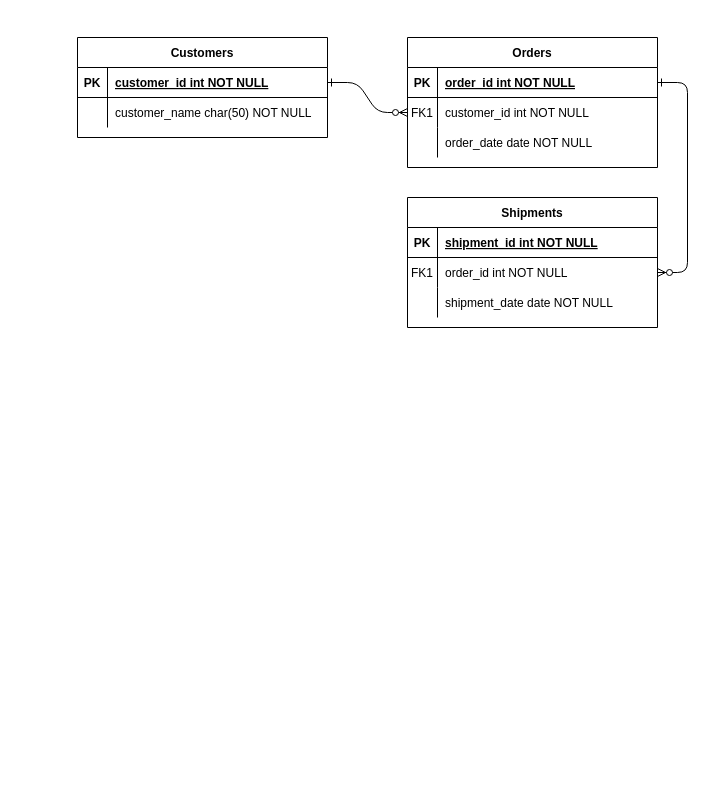
The draw.io diagram Untitled Diagram.drawio in OGester/duels-mvp, before the edit. Source tidied: cells renumbered, new cells numbered last; positions are measured from the earlier drawing's top-left corner, leaving out a move shared by most shapes. Both pictures are drawn from the tidied source at 100%, with x=0, y=0 at pixel (77, 37).
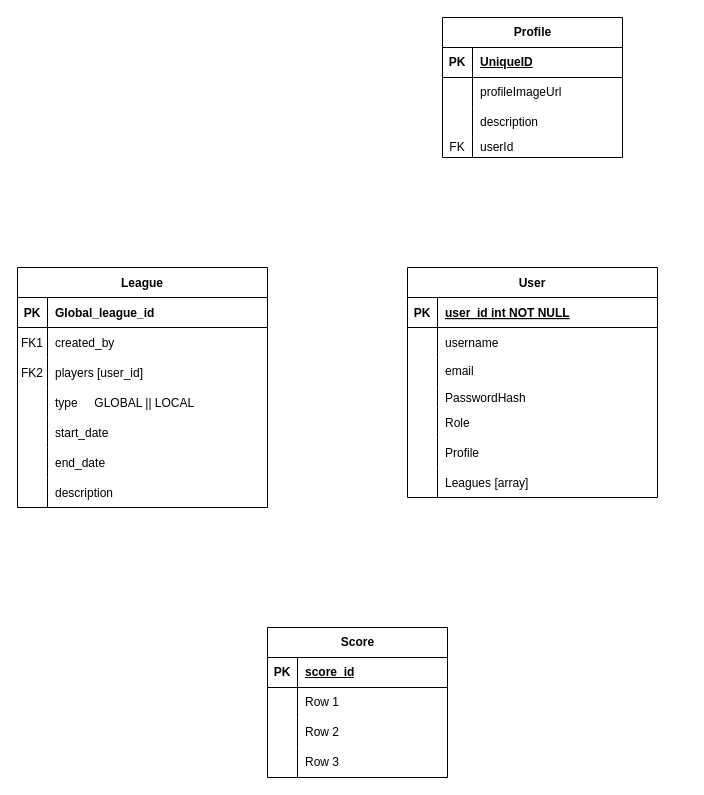
After the change.

The change refers to these unchanged cells:
```xml
<mxCell id="5" style="shape=partialRectangle;fillColor=none;points=[[0,0.5],[1,0.5]];portConstraint=eastwest;top=0;left=0;right=0;bottom=1;" parent="4" vertex="1">
  <mxGeometry y="30" width="250" height="30" as="geometry" />
</mxCell>
<mxCell id="8" style="shape=partialRectangle;fillColor=none;points=[[0,0.5],[1,0.5]];portConstraint=eastwest;top=0;left=0;right=0;bottom=0;" parent="4" vertex="1">
  <mxGeometry y="60" width="250" height="30" as="geometry" />
</mxCell>
<mxCell id="11" style="shape=partialRectangle;fillColor=none;top=0;left=0;right=0;bottom=0;" parent="4" vertex="1">
  <mxGeometry y="90" width="250" height="30" as="geometry" />
</mxCell>
<mxCell id="25" style="shape=partialRectangle;fillColor=none;points=[[0,0.5],[1,0.5]];portConstraint=eastwest;top=0;left=0;right=0;bottom=1;" parent="24" vertex="1">
  <mxGeometry y="30" width="250" height="30" as="geometry" />
</mxCell>
<mxCell id="28" style="shape=partialRectangle;fillColor=none;top=0;left=0;right=0;bottom=0;" parent="24" vertex="1">
  <mxGeometry y="60" width="250" height="30" as="geometry" />
</mxCell>
```

Change to the diagram source:
```diff
@@
-    <mxCell id="2" style="edgeStyle=entityRelationEdgeStyle;endArrow=ERzeroToMany;startArrow=ERone;endFill=1;startFill=0;" parent="1" edge="1" source="25" target="8">
-      <mxGeometry relative="1" as="geometry" />
-    </mxCell>
-    <mxCell id="3" style="edgeStyle=entityRelationEdgeStyle;endArrow=ERzeroToMany;startArrow=ERone;endFill=1;startFill=0;" parent="1" edge="1" source="5" target="18">
-      <mxGeometry relative="1" as="geometry" />
-    </mxCell>
-    <mxCell id="4" value="Orders" style="shape=table;startSize=30;childLayout=tableLayout;rowLines=0;fontStyle=1;align=center;" parent="1" vertex="1">
-      <mxGeometry x="330" width="250" height="130" as="geometry" />
+    <mxCell id="4" value="League" style="shape=table;startSize=30;childLayout=tableLayout;rowLines=0;fontStyle=1;align=center;" parent="1" vertex="1">
+      <mxGeometry x="-60" y="230" width="250" height="240" as="geometry" />
     </mxCell>
@@
-    <mxCell id="7" value="order_id int NOT NULL " style="shape=partialRectangle;overflow=hidden;fillColor=none;top=0;left=0;bottom=0;right=0;align=left;spacingLeft=6;fontStyle=5;" parent="5" vertex="1">
+    <mxCell id="7" value="Global_league_id" style="shape=partialRectangle;overflow=hidden;fillColor=none;top=0;left=0;bottom=0;right=0;align=left;spacingLeft=6;fontStyle=1;" parent="5" vertex="1">
       <mxGeometry x="30" width="220" height="30" as="geometry" />
     </mxCell>
@@
-    <mxCell id="10" value="customer_id int NOT NULL" style="shape=partialRectangle;overflow=hidden;fillColor=none;top=0;left=0;bottom=0;right=0;align=left;spacingLeft=6;" parent="8" vertex="1">
+    <mxCell id="10" value="created_by" style="shape=partialRectangle;overflow=hidden;fillColor=none;top=0;left=0;bottom=0;right=0;align=left;spacingLeft=6;" parent="8" vertex="1">
       <mxGeometry x="30" width="220" height="30" as="geometry" />
     </mxCell>
@@
-    <mxCell id="12" style="shape=partialRectangle;overflow=hidden;fillColor=none;top=0;left=0;bottom=0;right=0;" parent="11" vertex="1">
+    <mxCell id="12" value="FK2" style="shape=partialRectangle;overflow=hidden;fillColor=none;top=0;left=0;bottom=0;right=0;" parent="11" vertex="1">
       <mxGeometry width="30" height="30" as="geometry" />
     </mxCell>
-    <mxCell id="13" value="order_date date NOT NULL" style="shape=partialRectangle;overflow=hidden;fillColor=none;top=0;left=0;bottom=0;right=0;align=left;spacingLeft=6;" parent="11" vertex="1">
+    <mxCell id="13" value="players [user_id]" style="shape=partialRectangle;overflow=hidden;fillColor=none;top=0;left=0;bottom=0;right=0;align=left;spacingLeft=6;" parent="11" vertex="1">
       <mxGeometry x="30" width="220" height="30" as="geometry" />
     </mxCell>
-    <mxCell id="14" value="Shipments" style="shape=table;startSize=30;childLayout=tableLayout;rowLines=0;fontStyle=1;align=center;" parent="1" vertex="1">
-      <mxGeometry x="330" y="160" width="250" height="130" as="geometry" />
-    </mxCell>
-    <mxCell id="15" style="shape=partialRectangle;fillColor=none;top=0;left=0;right=0;bottom=1;" parent="14" vertex="1">
-      <mxGeometry y="30" width="250" height="30" as="geometry" />
-    </mxCell>
-    <mxCell id="16" value="PK" style="shape=partialRectangle;overflow=hidden;fillColor=none;top=0;left=0;bottom=0;right=0;fontStyle=1;" parent="15" vertex="1">
-      <mxGeometry width="30" height="30" as="geometry" />
-    </mxCell>
-    <mxCell id="17" value="shipment_id int NOT NULL " style="shape=partialRectangle;overflow=hidden;fillColor=none;top=0;left=0;bottom=0;right=0;align=left;spacingLeft=6;fontStyle=5;" parent="15" vertex="1">
-      <mxGeometry x="30" width="220" height="30" as="geometry" />
-    </mxCell>
-    <mxCell id="18" style="shape=partialRectangle;fillColor=none;points=[[0,0.5],[1,0.5]];portConstraint=eastwest;top=0;left=0;right=0;bottom=0;" parent="14" vertex="1">
-      <mxGeometry y="60" width="250" height="30" as="geometry" />
-    </mxCell>
-    <mxCell id="19" value="FK1" style="shape=partialRectangle;overflow=hidden;fillColor=none;top=0;left=0;bottom=0;right=0;" parent="18" vertex="1">
-      <mxGeometry width="30" height="30" as="geometry" />
-    </mxCell>
-    <mxCell id="20" value="order_id int NOT NULL" style="shape=partialRectangle;overflow=hidden;fillColor=none;top=0;left=0;bottom=0;right=0;align=left;spacingLeft=6;" parent="18" vertex="1">
-      <mxGeometry x="30" width="220" height="30" as="geometry" />
-    </mxCell>
-    <mxCell id="21" style="shape=partialRectangle;fillColor=none;top=0;left=0;right=0;bottom=0;" parent="14" vertex="1">
-      <mxGeometry y="90" width="250" height="30" as="geometry" />
-    </mxCell>
-    <mxCell id="22" style="shape=partialRectangle;overflow=hidden;fillColor=none;top=0;left=0;bottom=0;right=0;" parent="21" vertex="1">
-      <mxGeometry width="30" height="30" as="geometry" />
-    </mxCell>
-    <mxCell id="23" value="shipment_date date NOT NULL" style="shape=partialRectangle;overflow=hidden;fillColor=none;top=0;left=0;bottom=0;right=0;align=left;spacingLeft=6;" parent="21" vertex="1">
-      <mxGeometry x="30" width="220" height="30" as="geometry" />
-    </mxCell>
+    <mxCell id="31" style="shape=tableRow;horizontal=0;startSize=0;swimlaneHead=0;swimlaneBody=0;fillColor=none;top=0;left=0;right=0;bottom=0;" parent="4" vertex="1">
+      <mxGeometry y="120" width="250" height="30" as="geometry" />
+    </mxCell>
+    <mxCell id="32" style="shape=partialRectangle;fillColor=none;top=0;left=0;bottom=0;right=0;overflow=hidden;" parent="31" vertex="1">
+      <mxGeometry width="30" height="30" as="geometry" />
+    </mxCell>
+    <mxCell id="33" value="type     GLOBAL || LOCAL" style="shape=partialRectangle;fillColor=none;top=0;left=0;bottom=0;right=0;align=left;spacingLeft=6;overflow=hidden;" parent="31" vertex="1">
+      <mxGeometry x="30" width="220" height="30" as="geometry" />
+    </mxCell>
+    <mxCell id="34" style="shape=tableRow;horizontal=0;startSize=0;swimlaneHead=0;swimlaneBody=0;fillColor=none;top=0;left=0;right=0;bottom=0;" parent="4" vertex="1">
+      <mxGeometry y="150" width="250" height="30" as="geometry" />
+    </mxCell>
+    <mxCell id="35" style="shape=partialRectangle;fillColor=none;top=0;left=0;bottom=0;right=0;overflow=hidden;" parent="34" vertex="1">
+      <mxGeometry width="30" height="30" as="geometry" />
+    </mxCell>
+    <mxCell id="36" value="start_date" style="shape=partialRectangle;fillColor=none;top=0;left=0;bottom=0;right=0;align=left;spacingLeft=6;overflow=hidden;" parent="34" vertex="1">
+      <mxGeometry x="30" width="220" height="30" as="geometry" />
+    </mxCell>
+    <mxCell id="37" style="shape=tableRow;horizontal=0;startSize=0;swimlaneHead=0;swimlaneBody=0;fillColor=none;top=0;left=0;right=0;bottom=0;" parent="4" vertex="1">
+      <mxGeometry y="180" width="250" height="30" as="geometry" />
+    </mxCell>
+    <mxCell id="38" style="shape=partialRectangle;fillColor=none;top=0;left=0;bottom=0;right=0;overflow=hidden;" parent="37" vertex="1">
+      <mxGeometry width="30" height="30" as="geometry" />
+    </mxCell>
+    <mxCell id="39" value="end_date" style="shape=partialRectangle;fillColor=none;top=0;left=0;bottom=0;right=0;align=left;spacingLeft=6;overflow=hidden;" parent="37" vertex="1">
+      <mxGeometry x="30" width="220" height="30" as="geometry" />
+    </mxCell>
+    <mxCell id="40" style="shape=tableRow;horizontal=0;startSize=0;swimlaneHead=0;swimlaneBody=0;fillColor=none;top=0;left=0;right=0;bottom=0;" parent="4" vertex="1">
+      <mxGeometry y="210" width="250" height="30" as="geometry" />
+    </mxCell>
+    <mxCell id="41" style="shape=partialRectangle;fillColor=none;top=0;left=0;bottom=0;right=0;overflow=hidden;" parent="40" vertex="1">
+      <mxGeometry width="30" height="30" as="geometry" />
+    </mxCell>
+    <mxCell id="42" value="description" style="shape=partialRectangle;fillColor=none;top=0;left=0;bottom=0;right=0;align=left;spacingLeft=6;overflow=hidden;" parent="40" vertex="1">
+      <mxGeometry x="30" width="220" height="30" as="geometry" />
+    </mxCell>
-    <mxCell id="24" value="Customers" style="shape=table;startSize=30;childLayout=tableLayout;rowLines=0;fontStyle=1;align=center;" parent="1" vertex="1">
-      <mxGeometry width="250" height="100" as="geometry" />
+    <mxCell id="24" value="User" style="shape=table;startSize=30;childLayout=tableLayout;rowLines=0;fontStyle=1;align=center;" parent="1" vertex="1">
+      <mxGeometry x="330" y="230" width="250" height="230" as="geometry" />
     </mxCell>
@@
-    <mxCell id="27" value="customer_id int NOT NULL " style="shape=partialRectangle;overflow=hidden;fillColor=none;top=0;left=0;bottom=0;right=0;align=left;spacingLeft=6;fontStyle=5;" parent="25" vertex="1">
+    <mxCell id="27" value="user_id int NOT NULL " style="shape=partialRectangle;overflow=hidden;fillColor=none;top=0;left=0;bottom=0;right=0;align=left;spacingLeft=6;fontStyle=5;" parent="25" vertex="1">
       <mxGeometry x="30" width="220" height="30" as="geometry" />
     </mxCell>
@@
-    <mxCell id="30" value="customer_name char(50) NOT NULL" style="shape=partialRectangle;overflow=hidden;fillColor=none;top=0;left=0;bottom=0;right=0;align=left;spacingLeft=6;" parent="28" vertex="1">
+    <mxCell id="30" value="username" style="shape=partialRectangle;overflow=hidden;fillColor=none;top=0;left=0;bottom=0;right=0;align=left;spacingLeft=6;" parent="28" vertex="1">
       <mxGeometry x="30" width="220" height="30" as="geometry" />
     </mxCell>
+    <mxCell id="43" style="shape=tableRow;horizontal=0;startSize=0;swimlaneHead=0;swimlaneBody=0;fillColor=none;top=0;left=0;right=0;bottom=0;" parent="24" vertex="1">
+      <mxGeometry y="90" width="250" height="30" as="geometry" />
+    </mxCell>
+    <mxCell id="44" style="shape=partialRectangle;fillColor=none;top=0;left=0;bottom=0;right=0;overflow=hidden;" parent="43" vertex="1">
+      <mxGeometry width="30" height="30" as="geometry" />
+    </mxCell>
+    <mxCell id="45" value="email" style="shape=partialRectangle;fillColor=none;top=0;left=0;bottom=0;right=0;align=left;spacingLeft=6;overflow=hidden;verticalAlign=top;" parent="43" vertex="1">
+      <mxGeometry x="30" width="220" height="30" as="geometry" />
+    </mxCell>
+    <mxCell id="46" style="shape=tableRow;horizontal=0;startSize=0;swimlaneHead=0;swimlaneBody=0;fillColor=none;top=0;left=0;right=0;bottom=0;" parent="24" vertex="1">
+      <mxGeometry y="120" width="250" height="20" as="geometry" />
+    </mxCell>
+    <mxCell id="47" style="shape=partialRectangle;fillColor=none;top=0;left=0;bottom=0;right=0;overflow=hidden;" parent="46" vertex="1">
+      <mxGeometry width="30" height="20" as="geometry" />
+    </mxCell>
+    <mxCell id="48" value="PasswordHash" style="shape=partialRectangle;fillColor=none;top=0;left=0;bottom=0;right=0;align=left;spacingLeft=6;overflow=hidden;" parent="46" vertex="1">
+      <mxGeometry x="30" width="220" height="20" as="geometry" />
+    </mxCell>
+    <mxCell id="49" style="shape=tableRow;horizontal=0;startSize=0;swimlaneHead=0;swimlaneBody=0;fillColor=none;top=0;left=0;right=0;bottom=0;" parent="24" vertex="1">
+      <mxGeometry y="140" width="250" height="30" as="geometry" />
+    </mxCell>
+    <mxCell id="50" style="shape=partialRectangle;fillColor=none;top=0;left=0;bottom=0;right=0;overflow=hidden;" parent="49" vertex="1">
+      <mxGeometry width="30" height="30" as="geometry" />
+    </mxCell>
+    <mxCell id="51" value="Role" style="shape=partialRectangle;fillColor=none;top=0;left=0;bottom=0;right=0;align=left;spacingLeft=6;overflow=hidden;" parent="49" vertex="1">
+      <mxGeometry x="30" width="220" height="30" as="geometry" />
+    </mxCell>
+    <mxCell id="52" style="shape=tableRow;horizontal=0;startSize=0;swimlaneHead=0;swimlaneBody=0;fillColor=none;top=0;left=0;right=0;bottom=0;" parent="24" vertex="1">
+      <mxGeometry y="170" width="250" height="30" as="geometry" />
+    </mxCell>
+    <mxCell id="53" style="shape=partialRectangle;fillColor=none;top=0;left=0;bottom=0;right=0;overflow=hidden;" parent="52" vertex="1">
+      <mxGeometry width="30" height="30" as="geometry" />
+    </mxCell>
+    <mxCell id="54" value="Profile" style="shape=partialRectangle;fillColor=none;top=0;left=0;bottom=0;right=0;align=left;spacingLeft=6;overflow=hidden;" parent="52" vertex="1">
+      <mxGeometry x="30" width="220" height="30" as="geometry" />
+    </mxCell>
+    <mxCell id="55" style="shape=tableRow;horizontal=0;startSize=0;swimlaneHead=0;swimlaneBody=0;fillColor=none;top=0;left=0;right=0;bottom=0;" parent="24" vertex="1">
+      <mxGeometry y="200" width="250" height="30" as="geometry" />
+    </mxCell>
+    <mxCell id="56" style="shape=partialRectangle;fillColor=none;top=0;left=0;bottom=0;right=0;overflow=hidden;" parent="55" vertex="1">
+      <mxGeometry width="30" height="30" as="geometry" />
+    </mxCell>
+    <mxCell id="57" value="Leagues [array]" style="shape=partialRectangle;fillColor=none;top=0;left=0;bottom=0;right=0;align=left;spacingLeft=6;overflow=hidden;" parent="55" vertex="1">
+      <mxGeometry x="30" width="220" height="30" as="geometry" />
+    </mxCell>
+    <mxCell id="58" value="Score" style="shape=table;startSize=30;childLayout=tableLayout;rowLines=0;fontStyle=1;align=center;html=1;" parent="1" vertex="1">
+      <mxGeometry x="190" y="590" width="180" height="150" as="geometry" />
+    </mxCell>
+    <mxCell id="59" style="shape=tableRow;horizontal=0;startSize=0;swimlaneHead=0;swimlaneBody=0;fillColor=none;top=0;left=0;right=0;bottom=1;" parent="58" vertex="1">
+      <mxGeometry y="30" width="180" height="30" as="geometry" />
+    </mxCell>
+    <mxCell id="60" value="PK" style="shape=partialRectangle;fillColor=none;top=0;left=0;bottom=0;right=0;fontStyle=1;overflow=hidden;whiteSpace=wrap;html=1;" parent="59" vertex="1">
+      <mxGeometry width="30" height="30" as="geometry" />
+    </mxCell>
+    <mxCell id="61" value="score_id" style="shape=partialRectangle;fillColor=none;top=0;left=0;bottom=0;right=0;align=left;spacingLeft=6;fontStyle=5;overflow=hidden;whiteSpace=wrap;html=1;" parent="59" vertex="1">
+      <mxGeometry x="30" width="150" height="30" as="geometry" />
+    </mxCell>
+    <mxCell id="62" style="shape=tableRow;horizontal=0;startSize=0;swimlaneHead=0;swimlaneBody=0;fillColor=none;top=0;left=0;right=0;bottom=0;" parent="58" vertex="1">
+      <mxGeometry y="60" width="180" height="30" as="geometry" />
+    </mxCell>
+    <mxCell id="63" style="shape=partialRectangle;fillColor=none;top=0;left=0;bottom=0;right=0;overflow=hidden;whiteSpace=wrap;html=1;" parent="62" vertex="1">
+      <mxGeometry width="30" height="30" as="geometry" />
+    </mxCell>
+    <mxCell id="64" value="Row 1" style="shape=partialRectangle;fillColor=none;top=0;left=0;bottom=0;right=0;align=left;spacingLeft=6;overflow=hidden;whiteSpace=wrap;html=1;" parent="62" vertex="1">
+      <mxGeometry x="30" width="150" height="30" as="geometry" />
+    </mxCell>
+    <mxCell id="65" style="shape=tableRow;horizontal=0;startSize=0;swimlaneHead=0;swimlaneBody=0;fillColor=none;top=0;left=0;right=0;bottom=0;" parent="58" vertex="1">
+      <mxGeometry y="90" width="180" height="30" as="geometry" />
+    </mxCell>
+    <mxCell id="66" style="shape=partialRectangle;fillColor=none;top=0;left=0;bottom=0;right=0;overflow=hidden;whiteSpace=wrap;html=1;" parent="65" vertex="1">
+      <mxGeometry width="30" height="30" as="geometry" />
+    </mxCell>
+    <mxCell id="67" value="Row 2" style="shape=partialRectangle;fillColor=none;top=0;left=0;bottom=0;right=0;align=left;spacingLeft=6;overflow=hidden;whiteSpace=wrap;html=1;" parent="65" vertex="1">
+      <mxGeometry x="30" width="150" height="30" as="geometry" />
+    </mxCell>
+    <mxCell id="68" style="shape=tableRow;horizontal=0;startSize=0;swimlaneHead=0;swimlaneBody=0;fillColor=none;top=0;left=0;right=0;bottom=0;" parent="58" vertex="1">
+      <mxGeometry y="120" width="180" height="30" as="geometry" />
+    </mxCell>
+    <mxCell id="69" style="shape=partialRectangle;fillColor=none;top=0;left=0;bottom=0;right=0;overflow=hidden;whiteSpace=wrap;html=1;" parent="68" vertex="1">
+      <mxGeometry width="30" height="30" as="geometry" />
+    </mxCell>
+    <mxCell id="70" value="Row 3" style="shape=partialRectangle;fillColor=none;top=0;left=0;bottom=0;right=0;align=left;spacingLeft=6;overflow=hidden;whiteSpace=wrap;html=1;" parent="68" vertex="1">
+      <mxGeometry x="30" width="150" height="30" as="geometry" />
+    </mxCell>
+    <mxCell id="71" value="Profile" style="shape=table;startSize=30;childLayout=tableLayout;rowLines=0;fontStyle=1;align=center;html=1;" parent="1" vertex="1">
+      <mxGeometry x="365" y="-20" width="180" height="140" as="geometry" />
+    </mxCell>
+    <mxCell id="72" style="shape=tableRow;horizontal=0;startSize=0;swimlaneHead=0;swimlaneBody=0;fillColor=none;top=0;left=0;right=0;bottom=1;" parent="71" vertex="1">
+      <mxGeometry y="30" width="180" height="30" as="geometry" />
+    </mxCell>
+    <mxCell id="73" value="PK" style="shape=partialRectangle;fillColor=none;top=0;left=0;bottom=0;right=0;fontStyle=1;overflow=hidden;whiteSpace=wrap;html=1;" parent="72" vertex="1">
+      <mxGeometry width="30" height="30" as="geometry" />
+    </mxCell>
+    <mxCell id="74" value="UniqueID" style="shape=partialRectangle;fillColor=none;top=0;left=0;bottom=0;right=0;align=left;spacingLeft=6;fontStyle=5;overflow=hidden;whiteSpace=wrap;html=1;" parent="72" vertex="1">
+      <mxGeometry x="30" width="150" height="30" as="geometry" />
+    </mxCell>
+    <mxCell id="75" style="shape=tableRow;horizontal=0;startSize=0;swimlaneHead=0;swimlaneBody=0;fillColor=none;top=0;left=0;right=0;bottom=0;" parent="71" vertex="1">
+      <mxGeometry y="60" width="180" height="30" as="geometry" />
+    </mxCell>
+    <mxCell id="76" style="shape=partialRectangle;fillColor=none;top=0;left=0;bottom=0;right=0;overflow=hidden;whiteSpace=wrap;html=1;" parent="75" vertex="1">
+      <mxGeometry width="30" height="30" as="geometry" />
+    </mxCell>
+    <mxCell id="77" value="profileImageUrl" style="shape=partialRectangle;fillColor=none;top=0;left=0;bottom=0;right=0;align=left;spacingLeft=6;overflow=hidden;whiteSpace=wrap;html=1;" parent="75" vertex="1">
+      <mxGeometry x="30" width="150" height="30" as="geometry" />
+    </mxCell>
+    <mxCell id="78" style="shape=tableRow;horizontal=0;startSize=0;swimlaneHead=0;swimlaneBody=0;fillColor=none;top=0;left=0;right=0;bottom=0;" parent="71" vertex="1">
+      <mxGeometry y="90" width="180" height="30" as="geometry" />
+    </mxCell>
+    <mxCell id="79" style="shape=partialRectangle;fillColor=none;top=0;left=0;bottom=0;right=0;overflow=hidden;whiteSpace=wrap;html=1;" parent="78" vertex="1">
+      <mxGeometry width="30" height="30" as="geometry" />
+    </mxCell>
+    <mxCell id="80" value="description" style="shape=partialRectangle;fillColor=none;top=0;left=0;bottom=0;right=0;align=left;spacingLeft=6;overflow=hidden;whiteSpace=wrap;html=1;" parent="78" vertex="1">
+      <mxGeometry x="30" width="150" height="30" as="geometry" />
+    </mxCell>
+    <mxCell id="81" style="shape=tableRow;horizontal=0;startSize=0;swimlaneHead=0;swimlaneBody=0;fillColor=none;top=0;left=0;right=0;bottom=0;" parent="71" vertex="1">
+      <mxGeometry y="120" width="180" height="20" as="geometry" />
+    </mxCell>
+    <mxCell id="82" value="FK" style="shape=partialRectangle;fillColor=none;top=0;left=0;bottom=0;right=0;overflow=hidden;whiteSpace=wrap;html=1;" parent="81" vertex="1">
+      <mxGeometry width="30" height="20" as="geometry" />
+    </mxCell>
+    <mxCell id="83" value="userId" style="shape=partialRectangle;fillColor=none;top=0;left=0;bottom=0;right=0;align=left;spacingLeft=6;overflow=hidden;whiteSpace=wrap;html=1;" parent="81" vertex="1">
+      <mxGeometry x="30" width="150" height="20" as="geometry" />
+    </mxCell>
```
